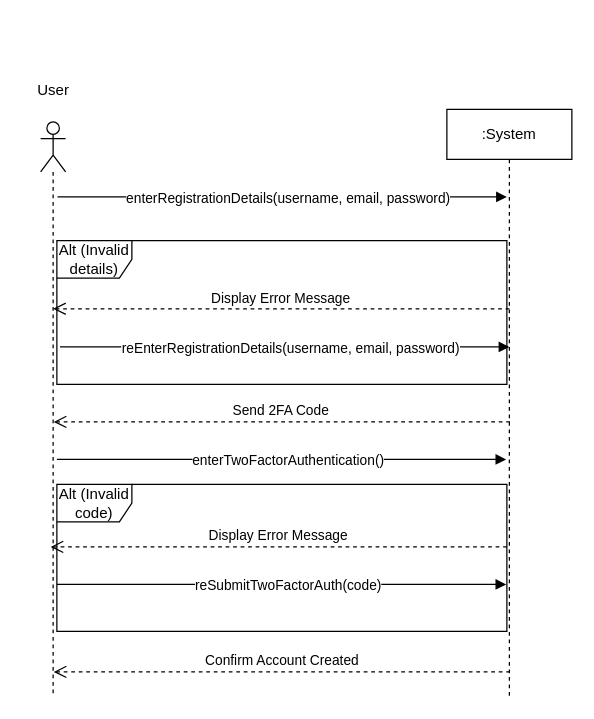
This is page "Register Account" (1 of 15) of SmartFin Systems Sequence Diagram.drawio from FavioJasso/CMP-280, a draw.io file, before an edit. Source tidied: cells renumbered, new cells numbered last; positions are measured from the earlier drawing's top-left corner, leaving out a move shared by most shapes. Both pictures are drawn from the tidied source at 125%, with x=0, y=0 at pixel (21, 71).
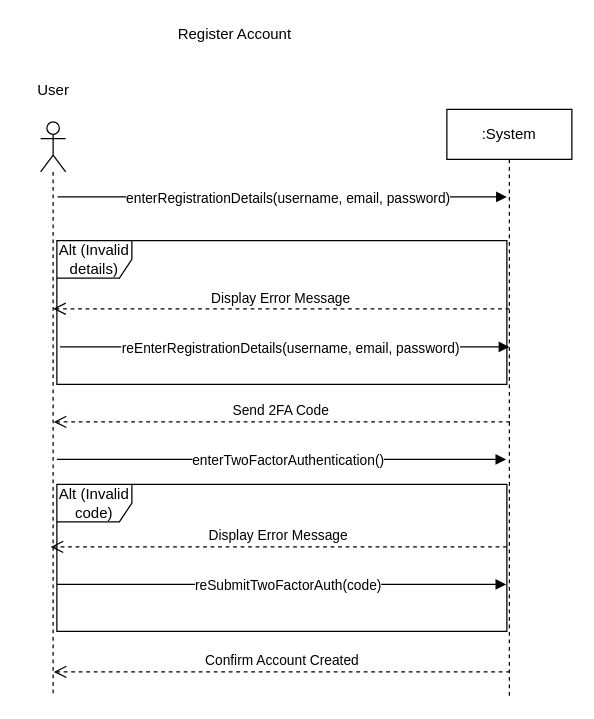
The same page after the edit.

What changed in the source:
```diff
@@
+    <mxCell id="19" value="Register Account" style="text;html=1;align=center;verticalAlign=middle;strokeColor=none;fillColor=none;" parent="1" vertex="1">
+      <mxGeometry x="115" y="-40" width="110" height="20" as="geometry" />
+    </mxCell>
```
